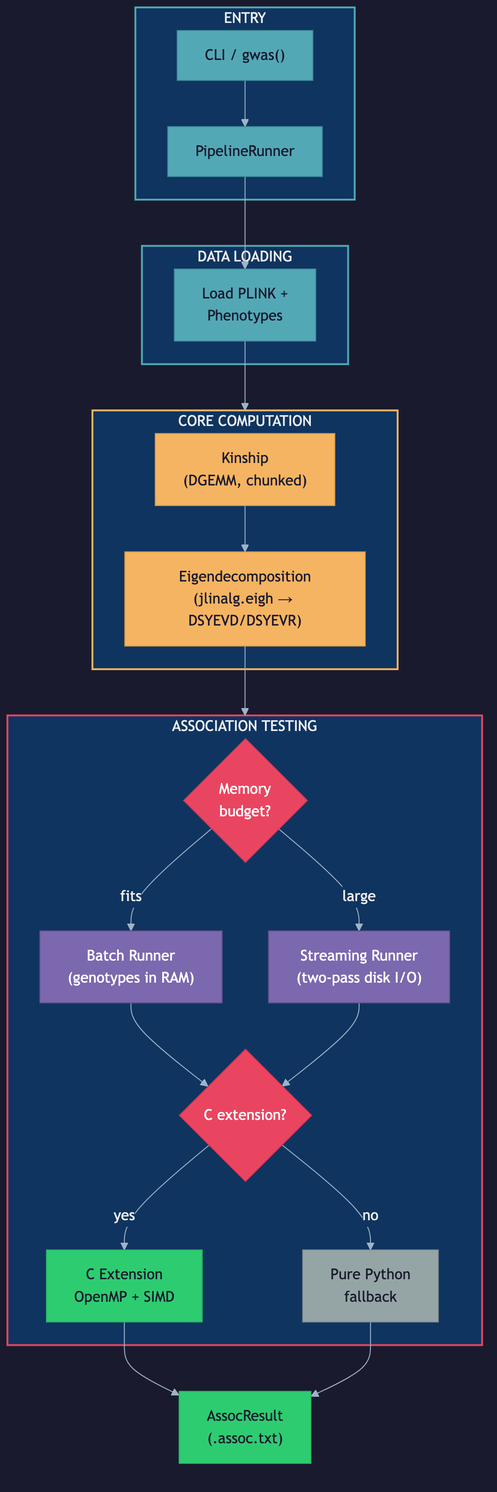
This is docs/architecture.png from michael-denyer/jamma, a Mermaid export, as it was before one commit. Its source is kept beside it as docs/architecture.mmd.
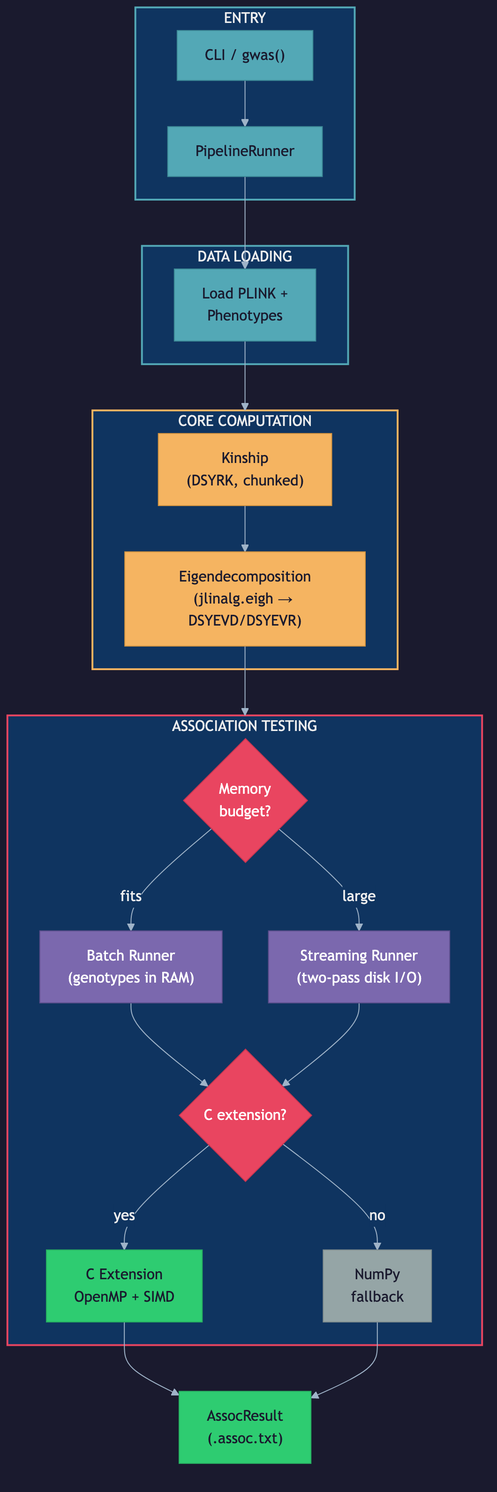
The same diagram one commit later.

Diff of the diagram source:
```diff
@@ -18,7 +18,7 @@
     end
 
     subgraph CORE["CORE COMPUTATION"]
-        KIN["Kinship<br/>(DGEMM, chunked)"]
+        KIN["Kinship<br/>(DSYRK, chunked)"]
         EIG["Eigendecomposition<br/>(jlinalg.eigh → DSYEVD/DSYEVR)"]
         KIN --> EIG
     end
@@ -29,7 +29,7 @@
         NPS["Streaming Runner<br/>(two-pass disk I/O)"]
         CEXT{"C extension?"}
         C["C Extension<br/>OpenMP + SIMD"]
-        PY["Pure Python<br/>fallback"]
+        PY["NumPy<br/>fallback"]
         MEM -->|fits| NP
         MEM -->|large| NPS
         NP --> CEXT
```
